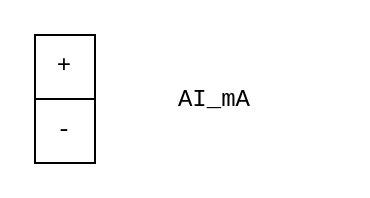
Earlier version of the draw.io diagram drawioTemplates/devices/AI_mA_2WIRE.drawio (Broad-Side/FT-Draw). Source tidied: cells renumbered, new cells numbered last; positions are measured from the earlier drawing's top-left corner, leaving out a move shared by most shapes. Both pictures are drawn from the tidied source at 200%, with x=0, y=0 at pixel (34, 34).
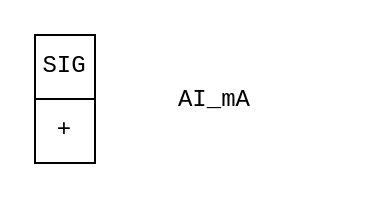
The same page after the edit.

Commit message (it also covers changes not shown here):
feat: add build_field_first_R161.py for generating field-first Draw.io wiring diagrams from YAML

What changed in the source:
```diff
@@
 <mxGraphModel>
   <root>
     <mxCell id="0" />
     <mxCell id="1" parent="0" />
     <mxCell id="2" style="group;" parent="1" vertex="1">
       <mxGeometry width="150" height="64" as="geometry" />
     </mxCell>
     <mxCell id="3" value="&lt;span style=&quot;font-family: &amp;quot;Courier New&amp;quot;;&quot;&gt;AI_mA&lt;/span&gt;" style="rounded=0;whiteSpace=wrap;html=1;strokeColor=none;" parent="2" vertex="1">
       <mxGeometry x="30" width="120" height="64" as="geometry" />
     </mxCell>
     <mxCell id="4" value="+" style="rounded=0;whiteSpace=wrap;html=1;fontFamily=Courier New;" parent="2" vertex="1">
-      <mxGeometry width="30" height="32" as="geometry" />
+      <mxGeometry y="32" width="30" height="32" as="geometry" />
     </mxCell>
-    <mxCell id="5" value="-" style="rounded=0;whiteSpace=wrap;html=1;fontFamily=Courier New;" parent="2" vertex="1">
-      <mxGeometry y="32" width="30" height="32" as="geometry" />
+    <mxCell id="5" value="SIG" style="rounded=0;whiteSpace=wrap;html=1;fontFamily=Courier New;" parent="2" vertex="1">
+      <mxGeometry width="30" height="32" as="geometry" />
     </mxCell>
   </root>
 </mxGraphModel>
```
